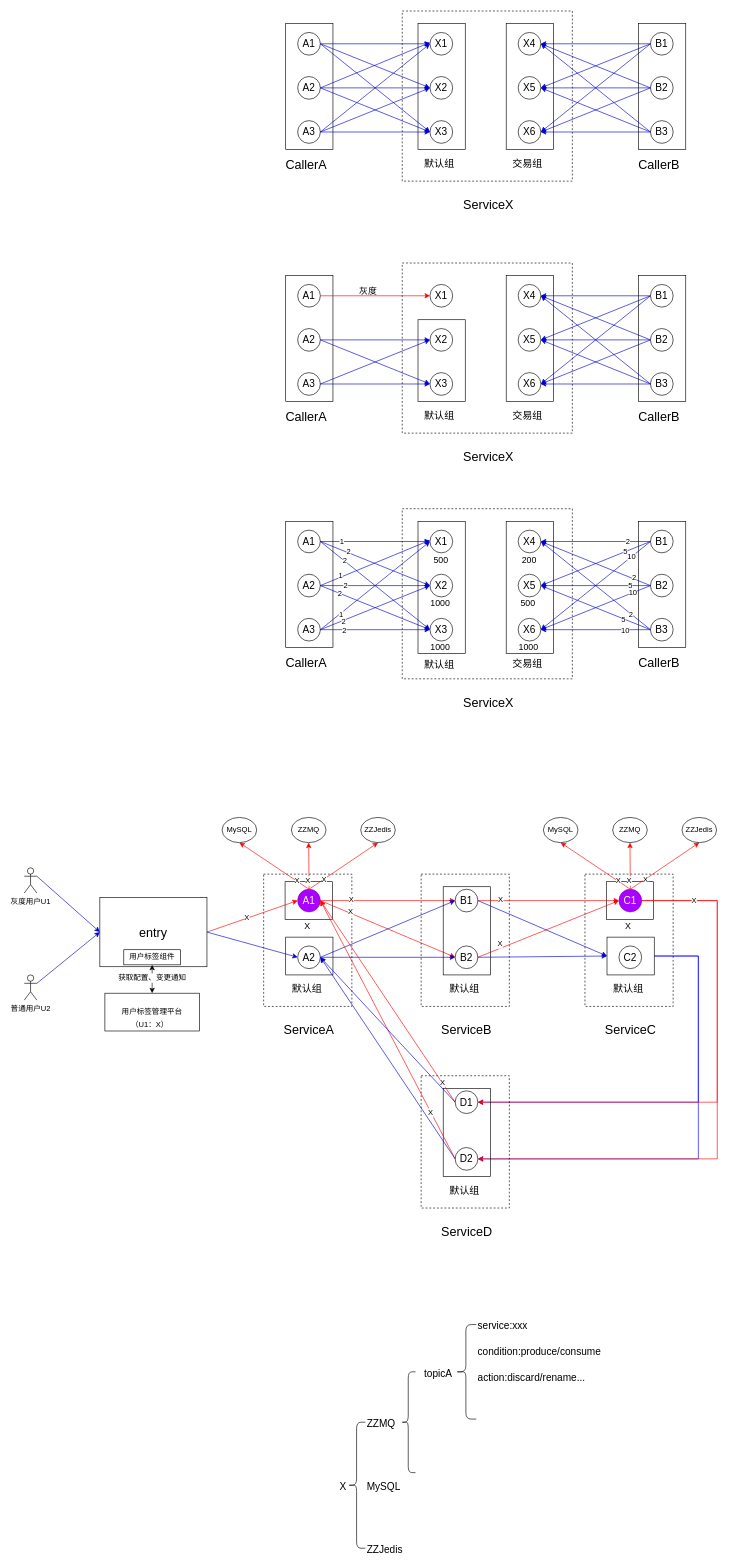
Before: zz/srvmgr/flow_control.drawio in waterystone/draw_io, a draw.io diagram. Source tidied: cells renumbered, new cells numbered last; positions are measured from the earlier drawing's top-left corner, leaving out a move shared by most shapes. Both pictures are drawn from the tidied source at 63%, with x=0, y=0 at pixel (24, 11).
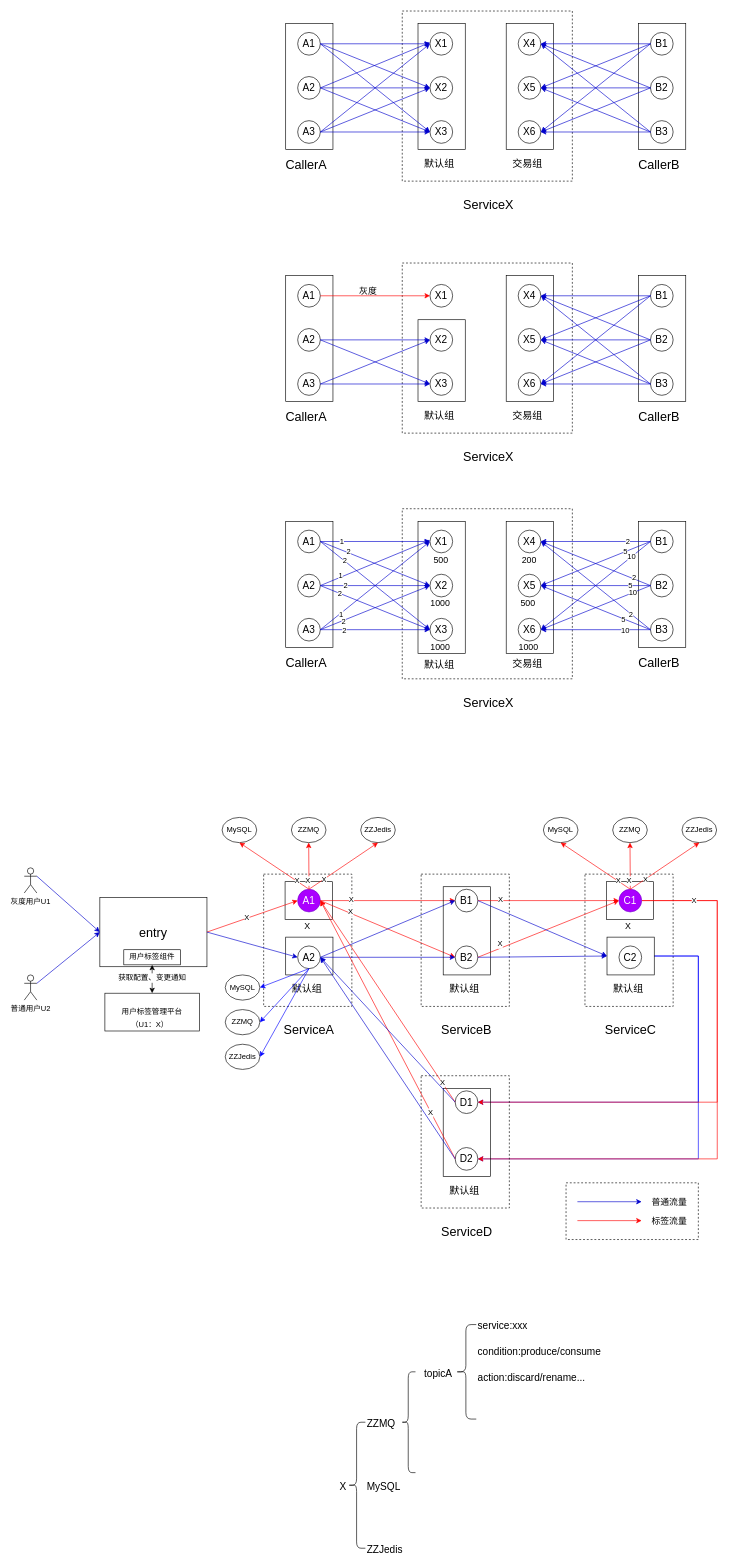
The same diagram, later.

Unchanged cells that the change refers to:
```xml
<mxCell id="148" value="&lt;span style=&quot;font-size: 16px&quot;&gt;A2&lt;/span&gt;" style="ellipse;whiteSpace=wrap;html=1;fillColor=none;" parent="1" vertex="1">
  <mxGeometry x="434" y="1484" width="36" height="36" as="geometry" />
</mxCell>
```

What changed in the source:
```diff
@@
+    <mxCell id="236" style="rounded=0;whiteSpace=wrap;html=1;dashed=1;fillColor=none;" parent="1" vertex="1">
+      <mxGeometry x="860" y="1860" width="210" height="90" as="geometry" />
+    </mxCell>
@@
+    <mxCell id="237" value="MySQL" style="ellipse;whiteSpace=wrap;html=1;fillColor=none;" parent="1" vertex="1">
+      <mxGeometry x="319" y="1530" width="55" height="40" as="geometry" />
+    </mxCell>
+    <mxCell id="238" value="ZZMQ" style="ellipse;whiteSpace=wrap;html=1;fillColor=none;" parent="1" vertex="1">
+      <mxGeometry x="319" y="1585" width="55" height="40" as="geometry" />
+    </mxCell>
+    <mxCell id="239" value="ZZJedis" style="ellipse;whiteSpace=wrap;html=1;fillColor=none;" parent="1" vertex="1">
+      <mxGeometry x="319" y="1640" width="55" height="40" as="geometry" />
+    </mxCell>
+    <mxCell id="240" style="endArrow=classic;html=1;strokeColor=#0000FF;entryX=1;entryY=0.5;entryDx=0;entryDy=0;exitX=0.5;exitY=1;exitDx=0;exitDy=0;" parent="1" edge="1" source="148" target="239">
+      <mxGeometry relative="1" as="geometry" />
+    </mxCell>
+    <mxCell id="241" style="endArrow=classic;html=1;strokeColor=#0000FF;entryX=1;entryY=0.5;entryDx=0;entryDy=0;exitX=0.5;exitY=1;exitDx=0;exitDy=0;" parent="1" edge="1" source="148" target="237">
+      <mxGeometry relative="1" as="geometry" />
+    </mxCell>
+    <mxCell id="242" style="endArrow=classic;html=1;strokeColor=#0000FF;entryX=1;entryY=0.5;entryDx=0;entryDy=0;exitX=0.5;exitY=1;exitDx=0;exitDy=0;" parent="1" edge="1" source="148" target="238">
+      <mxGeometry relative="1" as="geometry" />
+    </mxCell>
+    <mxCell id="243" style="endArrow=classic;html=1;strokeColor=#0000CC;" parent="1" edge="1">
+      <mxGeometry relative="1" as="geometry">
+        <mxPoint x="878" y="1890" as="sourcePoint" />
+        <mxPoint x="980" y="1890" as="targetPoint" />
+      </mxGeometry>
+    </mxCell>
+    <mxCell id="244" value="&lt;font style=&quot;font-size: 14px&quot;&gt;普通流量&lt;/font&gt;" style="text;html=1;align=left;verticalAlign=top;spacingTop=-4;" parent="1" vertex="1">
+      <mxGeometry x="994" y="1880" width="70" height="20" as="geometry" />
+    </mxCell>
+    <mxCell id="245" style="endArrow=classic;html=1;strokeColor=#FF0000;" parent="1" edge="1">
+      <mxGeometry relative="1" as="geometry">
+        <mxPoint x="878" y="1920" as="sourcePoint" />
+        <mxPoint x="980" y="1920" as="targetPoint" />
+      </mxGeometry>
+    </mxCell>
+    <mxCell id="246" value="&lt;font style=&quot;font-size: 14px&quot;&gt;标签流量&lt;/font&gt;" style="text;html=1;align=left;verticalAlign=top;spacingTop=-4;" parent="1" vertex="1">
+      <mxGeometry x="994" y="1910" width="70" height="20" as="geometry" />
+    </mxCell>
```
